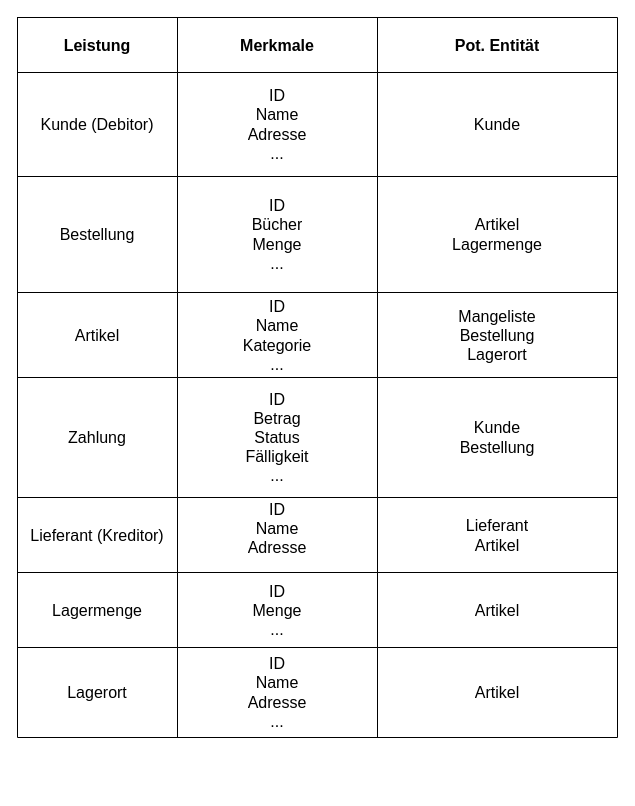
domirohner/erp keeps this draw.io diagram as doc/Korellationsmatrix.drawio. Above is the earlier version. Source tidied: cells renumbered, new cells numbered last; positions are measured from the earlier drawing's top-left corner, leaving out a move shared by most shapes. Both pictures are drawn from the tidied source at 100%, with x=0, y=0 at pixel (17, 17).
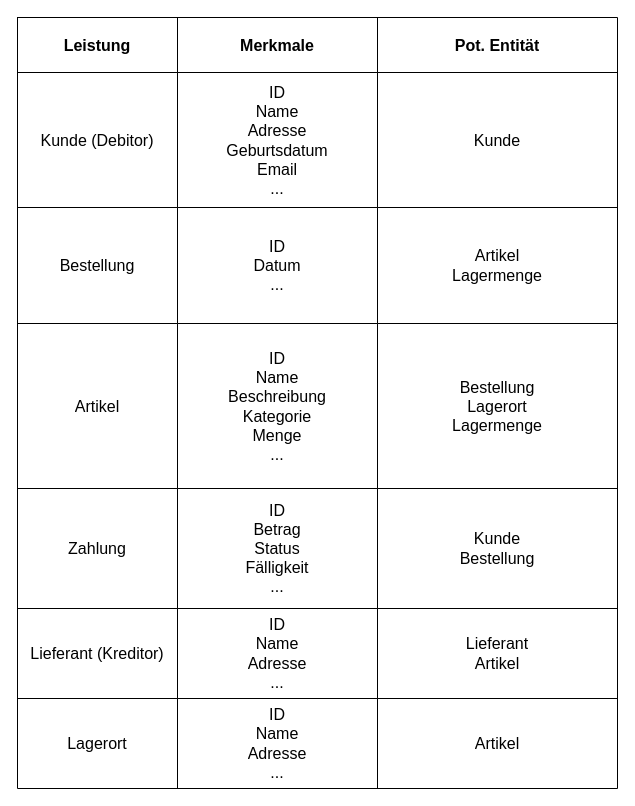
Above is the later version.

Diff of the diagram source:
```diff
@@
     <mxCell id="2" style="shape=table;startSize=0;childLayout=tableLayout;fontSize=16;" parent="1" vertex="1">
-      <mxGeometry width="600" height="720" as="geometry" />
+      <mxGeometry width="600" height="771" as="geometry" />
     </mxCell>
@@
     <mxCell id="7" style="shape=tableRow;horizontal=0;startSize=0;swimlaneHead=0;swimlaneBody=0;strokeColor=inherit;top=0;left=0;bottom=0;right=0;fillColor=none;fontSize=16;" parent="2" vertex="1">
-      <mxGeometry y="55" width="600" height="104" as="geometry" />
+      <mxGeometry y="55" width="600" height="135" as="geometry" />
     </mxCell>
     <mxCell id="8" value="Kunde (Debitor)" style="shape=partialRectangle;html=1;whiteSpace=wrap;strokeColor=inherit;overflow=hidden;fillColor=none;top=0;left=0;bottom=0;right=0;fontSize=16;" parent="7" vertex="1">
-      <mxGeometry width="160" height="104" as="geometry" />
+      <mxGeometry width="160" height="135" as="geometry" />
     </mxCell>
-    <mxCell id="9" value="&lt;div&gt;ID&lt;/div&gt;Name&lt;div&gt;Adresse&lt;/div&gt;&lt;div&gt;...&lt;/div&gt;" style="shape=partialRectangle;html=1;whiteSpace=wrap;strokeColor=inherit;overflow=hidden;fillColor=none;top=0;left=0;bottom=0;right=0;fontSize=16;" parent="7" vertex="1">
-      <mxGeometry x="160" width="200" height="104" as="geometry" />
+    <mxCell id="9" value="&lt;div&gt;ID&lt;/div&gt;Name&lt;div&gt;Adresse&lt;/div&gt;&lt;div&gt;Geburtsdatum&lt;/div&gt;&lt;div&gt;Email&lt;/div&gt;&lt;div&gt;...&lt;/div&gt;" style="shape=partialRectangle;html=1;whiteSpace=wrap;strokeColor=inherit;overflow=hidden;fillColor=none;top=0;left=0;bottom=0;right=0;fontSize=16;" parent="7" vertex="1">
+      <mxGeometry x="160" width="200" height="135" as="geometry" />
     </mxCell>
     <mxCell id="10" value="Kunde" style="shape=partialRectangle;html=1;whiteSpace=wrap;strokeColor=inherit;overflow=hidden;fillColor=none;top=0;left=0;bottom=0;right=0;fontSize=16;" parent="7" vertex="1">
-      <mxGeometry x="360" width="240" height="104" as="geometry" />
+      <mxGeometry x="360" width="240" height="135" as="geometry" />
     </mxCell>
     <mxCell id="11" style="shape=tableRow;horizontal=0;startSize=0;swimlaneHead=0;swimlaneBody=0;strokeColor=inherit;top=0;left=0;bottom=0;right=0;fillColor=none;fontSize=16;" parent="2" vertex="1">
-      <mxGeometry y="159" width="600" height="116" as="geometry" />
+      <mxGeometry y="190" width="600" height="116" as="geometry" />
     </mxCell>
@@
-    <mxCell id="13" value="ID&lt;div&gt;Bücher&lt;/div&gt;&lt;div&gt;Menge&lt;/div&gt;&lt;div&gt;...&lt;/div&gt;" style="shape=partialRectangle;html=1;whiteSpace=wrap;strokeColor=inherit;overflow=hidden;fillColor=none;top=0;left=0;bottom=0;right=0;fontSize=16;" parent="11" vertex="1">
+    <mxCell id="13" value="ID&lt;div&gt;Datum&lt;/div&gt;&lt;div&gt;...&lt;/div&gt;" style="shape=partialRectangle;html=1;whiteSpace=wrap;strokeColor=inherit;overflow=hidden;fillColor=none;top=0;left=0;bottom=0;right=0;fontSize=16;" parent="11" vertex="1">
       <mxGeometry x="160" width="200" height="116" as="geometry" />
     </mxCell>
@@
     <mxCell id="15" style="shape=tableRow;horizontal=0;startSize=0;swimlaneHead=0;swimlaneBody=0;strokeColor=inherit;top=0;left=0;bottom=0;right=0;fillColor=none;fontSize=16;" parent="2" vertex="1">
-      <mxGeometry y="275" width="600" height="85" as="geometry" />
+      <mxGeometry y="306" width="600" height="165" as="geometry" />
     </mxCell>
     <mxCell id="16" value="Artikel" style="shape=partialRectangle;html=1;whiteSpace=wrap;strokeColor=inherit;overflow=hidden;fillColor=none;top=0;left=0;bottom=0;right=0;fontSize=16;" parent="15" vertex="1">
-      <mxGeometry width="160" height="85" as="geometry" />
+      <mxGeometry width="160" height="165" as="geometry" />
     </mxCell>
-    <mxCell id="17" value="&lt;div&gt;ID&lt;/div&gt;Name&lt;div&gt;Kategorie&lt;/div&gt;&lt;div&gt;...&lt;/div&gt;" style="shape=partialRectangle;html=1;whiteSpace=wrap;strokeColor=inherit;overflow=hidden;fillColor=none;top=0;left=0;bottom=0;right=0;fontSize=16;" parent="15" vertex="1">
-      <mxGeometry x="160" width="200" height="85" as="geometry" />
+    <mxCell id="17" value="&lt;div&gt;ID&lt;/div&gt;Name&lt;div&gt;Beschreibung&lt;br&gt;&lt;div&gt;Kategorie&lt;/div&gt;&lt;div&gt;Menge&lt;/div&gt;&lt;div&gt;...&lt;/div&gt;&lt;/div&gt;" style="shape=partialRectangle;html=1;whiteSpace=wrap;strokeColor=inherit;overflow=hidden;fillColor=none;top=0;left=0;bottom=0;right=0;fontSize=16;" parent="15" vertex="1">
+      <mxGeometry x="160" width="200" height="165" as="geometry" />
     </mxCell>
-    <mxCell id="18" value="Mangeliste&lt;div&gt;Bestellung&lt;/div&gt;&lt;div&gt;Lagerort&lt;/div&gt;" style="shape=partialRectangle;html=1;whiteSpace=wrap;strokeColor=inherit;overflow=hidden;fillColor=none;top=0;left=0;bottom=0;right=0;fontSize=16;" parent="15" vertex="1">
-      <mxGeometry x="360" width="240" height="85" as="geometry" />
+    <mxCell id="18" value="&lt;div&gt;Bestellung&lt;/div&gt;&lt;div&gt;Lagerort&lt;/div&gt;&lt;div&gt;Lagermenge&lt;/div&gt;" style="shape=partialRectangle;html=1;whiteSpace=wrap;strokeColor=inherit;overflow=hidden;fillColor=none;top=0;left=0;bottom=0;right=0;fontSize=16;" parent="15" vertex="1">
+      <mxGeometry x="360" width="240" height="165" as="geometry" />
     </mxCell>
     <mxCell id="19" style="shape=tableRow;horizontal=0;startSize=0;swimlaneHead=0;swimlaneBody=0;strokeColor=inherit;top=0;left=0;bottom=0;right=0;fillColor=none;fontSize=16;" parent="2" vertex="1">
-      <mxGeometry y="360" width="600" height="120" as="geometry" />
+      <mxGeometry y="471" width="600" height="120" as="geometry" />
     </mxCell>
@@
     <mxCell id="23" style="shape=tableRow;horizontal=0;startSize=0;swimlaneHead=0;swimlaneBody=0;strokeColor=inherit;top=0;left=0;bottom=0;right=0;fillColor=none;fontSize=16;" parent="2" vertex="1">
-      <mxGeometry y="480" width="600" height="75" as="geometry" />
+      <mxGeometry y="591" width="600" height="90" as="geometry" />
     </mxCell>
     <mxCell id="24" value="Lieferant (Kreditor)" style="shape=partialRectangle;html=1;whiteSpace=wrap;strokeColor=inherit;overflow=hidden;fillColor=none;top=0;left=0;bottom=0;right=0;fontSize=16;" parent="23" vertex="1">
-      <mxGeometry width="160" height="75" as="geometry" />
+      <mxGeometry width="160" height="90" as="geometry" />
     </mxCell>
     <mxCell id="25" value="ID&lt;div&gt;Name&lt;/div&gt;&lt;div&gt;Adresse&lt;/div&gt;&lt;div&gt;...&lt;/div&gt;" style="shape=partialRectangle;html=1;whiteSpace=wrap;strokeColor=inherit;overflow=hidden;fillColor=none;top=0;left=0;bottom=0;right=0;fontSize=16;" parent="23" vertex="1">
-      <mxGeometry x="160" width="200" height="75" as="geometry" />
+      <mxGeometry x="160" width="200" height="90" as="geometry" />
     </mxCell>
     <mxCell id="26" value="Lieferant&lt;div&gt;Artikel&lt;/div&gt;" style="shape=partialRectangle;html=1;whiteSpace=wrap;strokeColor=inherit;overflow=hidden;fillColor=none;top=0;left=0;bottom=0;right=0;fontSize=16;" parent="23" vertex="1">
-      <mxGeometry x="360" width="240" height="75" as="geometry" />
+      <mxGeometry x="360" width="240" height="90" as="geometry" />
     </mxCell>
-    <mxCell id="27" style="shape=tableRow;horizontal=0;startSize=0;swimlaneHead=0;swimlaneBody=0;strokeColor=inherit;top=0;left=0;bottom=0;right=0;fillColor=none;fontSize=16;" parent="2" vertex="1">
-      <mxGeometry y="555" width="600" height="75" as="geometry" />
-    </mxCell>
-    <mxCell id="28" value="Lagermenge" style="shape=partialRectangle;html=1;whiteSpace=wrap;strokeColor=inherit;overflow=hidden;fillColor=none;top=0;left=0;bottom=0;right=0;fontSize=16;" parent="27" vertex="1">
-      <mxGeometry width="160" height="75" as="geometry" />
-    </mxCell>
-    <mxCell id="29" value="ID&lt;div&gt;Menge&lt;/div&gt;&lt;div&gt;...&lt;/div&gt;" style="shape=partialRectangle;html=1;whiteSpace=wrap;strokeColor=inherit;overflow=hidden;fillColor=none;top=0;left=0;bottom=0;right=0;fontSize=16;" parent="27" vertex="1">
-      <mxGeometry x="160" width="200" height="75" as="geometry" />
-    </mxCell>
-    <mxCell id="30" value="Artikel" style="shape=partialRectangle;html=1;whiteSpace=wrap;strokeColor=inherit;overflow=hidden;fillColor=none;top=0;left=0;bottom=0;right=0;fontSize=16;" parent="27" vertex="1">
-      <mxGeometry x="360" width="240" height="75" as="geometry" />
-    </mxCell>
     <mxCell id="31" style="shape=tableRow;horizontal=0;startSize=0;swimlaneHead=0;swimlaneBody=0;strokeColor=inherit;top=0;left=0;bottom=0;right=0;fillColor=none;fontSize=16;" parent="2" vertex="1">
-      <mxGeometry y="630" width="600" height="90" as="geometry" />
+      <mxGeometry y="681" width="600" height="90" as="geometry" />
     </mxCell>
```
